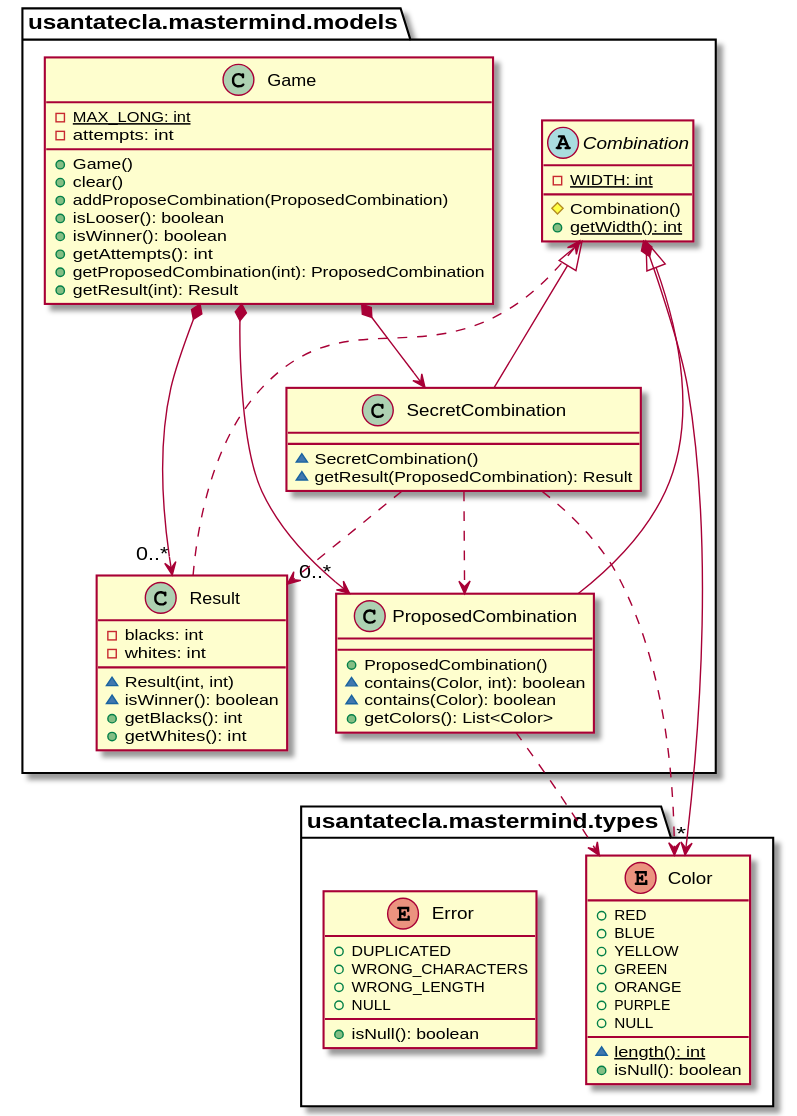
Above: documentView/withoutFactoryMethod/docs/diagrams/out/paquetes/usantatecla.mastermind.models.svg in SantaTecla-mastermind/solution.java.swing.socket.sql (PlantUML), before the change. Source of this version:
```plantuml
@startuml
abstract class usantatecla.mastermind.models.Combination {
- {static} WIDTH: int
# Combination()
+ {static} getWidth(): int
}
usantatecla.mastermind.models.Combination *-down-> "*" usantatecla.mastermind.types.Color

class usantatecla.mastermind.models.Game {
- {static} MAX_LONG: int
- attempts: int
+ Game()
+ clear()
+ addProposeCombination(ProposedCombination)
+ isLooser(): boolean
+ isWinner(): boolean
+ getAttempts(): int
+ getProposedCombination(int): ProposedCombination
+ getResult(int): Result
}
usantatecla.mastermind.models.Game *-down-> usantatecla.mastermind.models.SecretCombination
usantatecla.mastermind.models.Game *-down-> "0..*" usantatecla.mastermind.models.Result
usantatecla.mastermind.models.Game *-down-> "0..*" usantatecla.mastermind.models.ProposedCombination

class usantatecla.mastermind.models.ProposedCombination {
+ ProposedCombination()
~ contains(Color, int): boolean
~ contains(Color): boolean
+ getColors(): List<Color>
}
usantatecla.mastermind.models.Combination <|-down- usantatecla.mastermind.models.ProposedCombination
usantatecla.mastermind.models.ProposedCombination ..> usantatecla.mastermind.types.Color

class usantatecla.mastermind.models.SecretCombination {
~ SecretCombination()
~ getResult(ProposedCombination): Result
}
usantatecla.mastermind.models.Combination <|-down- usantatecla.mastermind.models.SecretCombination
usantatecla.mastermind.models.SecretCombination ..> usantatecla.mastermind.models.Result
usantatecla.mastermind.models.SecretCombination ..> usantatecla.mastermind.models.ProposedCombination
usantatecla.mastermind.models.SecretCombination ..> usantatecla.mastermind.types.Color

class usantatecla.mastermind.models.Result {
- blacks: int
- whites: int
~ Result(int, int)
~ isWinner(): boolean
+ getBlacks(): int
+ getWhites(): int
}

usantatecla.mastermind.models.Result ..> usantatecla.mastermind.models.Combination

enum usantatecla.mastermind.types.Color {
+ RED
+ BLUE
+ YELLOW
+ GREEN
+ ORANGE
+ PURPLE
+ NULL
~ {static} length(): int
+ isNull(): boolean
}

enum usantatecla.mastermind.types.Error {
+ DUPLICATED
+ WRONG_CHARACTERS
+ WRONG_LENGTH
+ NULL
+ isNull(): boolean
}
@enduml
```
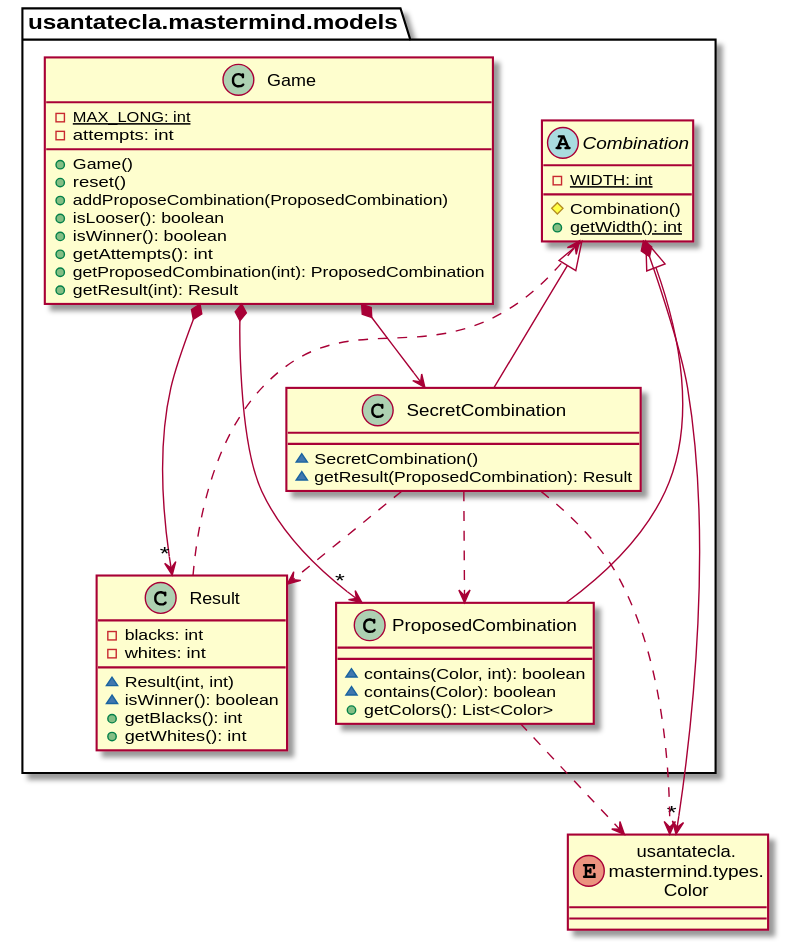
The same file after the commit.

Change to the diagram source:
```diff
@@ -1,73 +1,54 @@
 @startuml
+enum Color as "usantatecla.\nmastermind.types.\nColor"
+
 abstract class usantatecla.mastermind.models.Combination {
-- {static} WIDTH: int
-# Combination()
-+ {static} getWidth(): int
+    - {static} WIDTH: int
+    # Combination()
+    + {static} getWidth(): int
 }
-usantatecla.mastermind.models.Combination *-down-> "*" usantatecla.mastermind.types.Color
+usantatecla.mastermind.models.Combination *-down-> "*" Color
 
 class usantatecla.mastermind.models.Game {
-- {static} MAX_LONG: int
-- attempts: int
-+ Game()
-+ clear()
-+ addProposeCombination(ProposedCombination)
-+ isLooser(): boolean
-+ isWinner(): boolean
-+ getAttempts(): int
-+ getProposedCombination(int): ProposedCombination
-+ getResult(int): Result
+    - {static} MAX_LONG: int
+    - attempts: int
+    + Game()
+    + reset()
+    + addProposeCombination(ProposedCombination)
+    + isLooser(): boolean
+    + isWinner(): boolean
+    + getAttempts(): int
+    + getProposedCombination(int): ProposedCombination
+    + getResult(int): Result
 }
 usantatecla.mastermind.models.Game *-down-> usantatecla.mastermind.models.SecretCombination
-usantatecla.mastermind.models.Game *-down-> "0..*" usantatecla.mastermind.models.Result
-usantatecla.mastermind.models.Game *-down-> "0..*" usantatecla.mastermind.models.ProposedCombination
+usantatecla.mastermind.models.Game *-down-> "*" usantatecla.mastermind.models.Result
+usantatecla.mastermind.models.Game *-down-> "*" usantatecla.mastermind.models.ProposedCombination
 
 class usantatecla.mastermind.models.ProposedCombination {
-+ ProposedCombination()
-~ contains(Color, int): boolean
-~ contains(Color): boolean
-+ getColors(): List<Color>
+    ~ contains(Color, int): boolean
+    ~ contains(Color): boolean
+    + getColors(): List<Color>
 }
-usantatecla.mastermind.models.Combination <|-down- usantatecla.mastermind.models.ProposedCombination
-usantatecla.mastermind.models.ProposedCombination ..> usantatecla.mastermind.types.Color
-
-class usantatecla.mastermind.models.SecretCombination {
-~ SecretCombination()
-~ getResult(ProposedCombination): Result
-}
-usantatecla.mastermind.models.Combination <|-down- usantatecla.mastermind.models.SecretCombination
-usantatecla.mastermind.models.SecretCombination ..> usantatecla.mastermind.models.Result
-usantatecla.mastermind.models.SecretCombination ..> usantatecla.mastermind.models.ProposedCombination
-usantatecla.mastermind.models.SecretCombination ..> usantatecla.mastermind.types.Color
+usantatecla.mastermind.models.ProposedCombination -up-|> usantatecla.mastermind.models.Combination
+usantatecla.mastermind.models.ProposedCombination ..> Color
 
 class usantatecla.mastermind.models.Result {
-- blacks: int
-- whites: int
-~ Result(int, int)
-~ isWinner(): boolean
-+ getBlacks(): int
-+ getWhites(): int
+    - blacks: int
+    - whites: int
+    ~ Result(int, int)
+    ~ isWinner(): boolean
+    + getBlacks(): int
+    + getWhites(): int
 }
 
 usantatecla.mastermind.models.Result ..> usantatecla.mastermind.models.Combination
 
-enum usantatecla.mastermind.types.Color {
-+ RED
-+ BLUE
-+ YELLOW
-+ GREEN
-+ ORANGE
-+ PURPLE
-+ NULL
-~ {static} length(): int
-+ isNull(): boolean
+class usantatecla.mastermind.models.SecretCombination {
+    ~ SecretCombination()
+    ~ getResult(ProposedCombination): Result
 }
-
-enum usantatecla.mastermind.types.Error {
-+ DUPLICATED
-+ WRONG_CHARACTERS
-+ WRONG_LENGTH
-+ NULL
-+ isNull(): boolean
-}
+usantatecla.mastermind.models.SecretCombination -up-|> usantatecla.mastermind.models.Combination
+usantatecla.mastermind.models.SecretCombination ..> usantatecla.mastermind.models.Result
+usantatecla.mastermind.models.SecretCombination ..> usantatecla.mastermind.models.ProposedCombination
+usantatecla.mastermind.models.SecretCombination ..> Color
 @enduml
```
